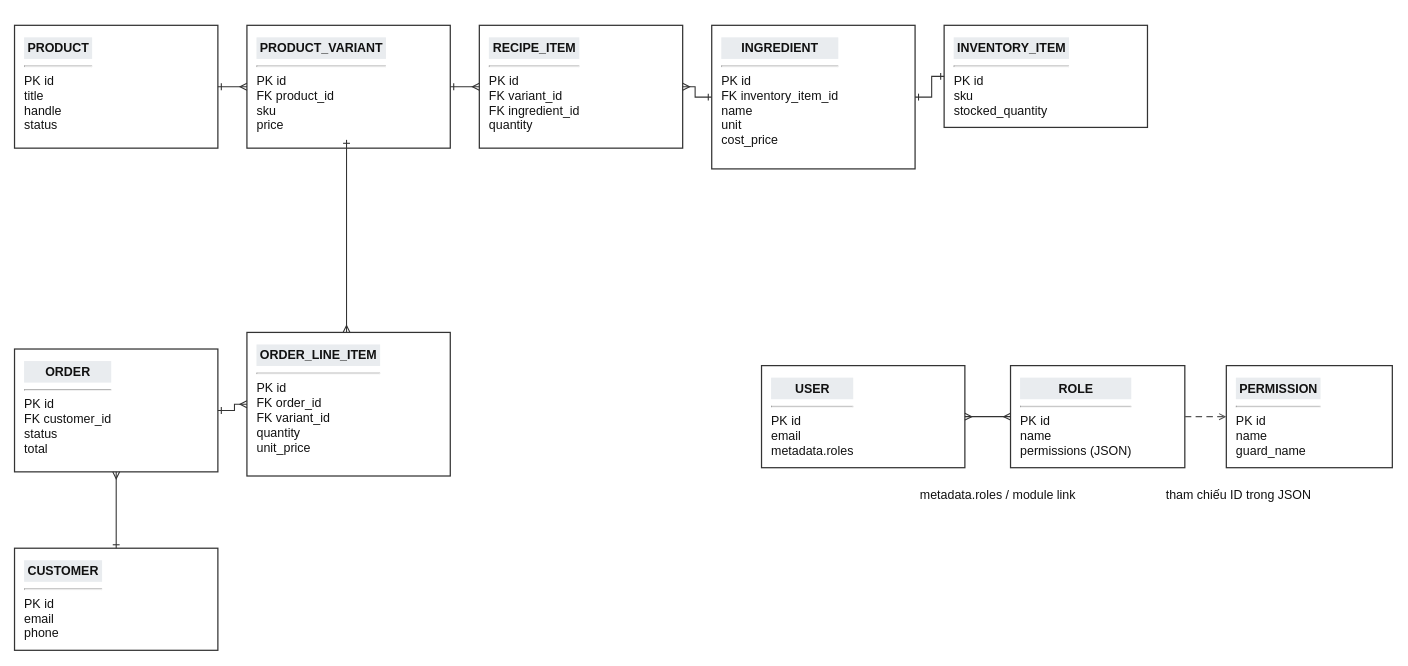
Before: docs/report/diagrams/erd.drawio in pathust/mong.fruitboxz, a draw.io diagram. Source tidied: cells renumbered, new cells numbered last; positions are measured from the earlier drawing's top-left corner, leaving out a move shared by most shapes. Both pictures are drawn from the tidied source at 83%, with x=0, y=0 at pixel (14, 25).
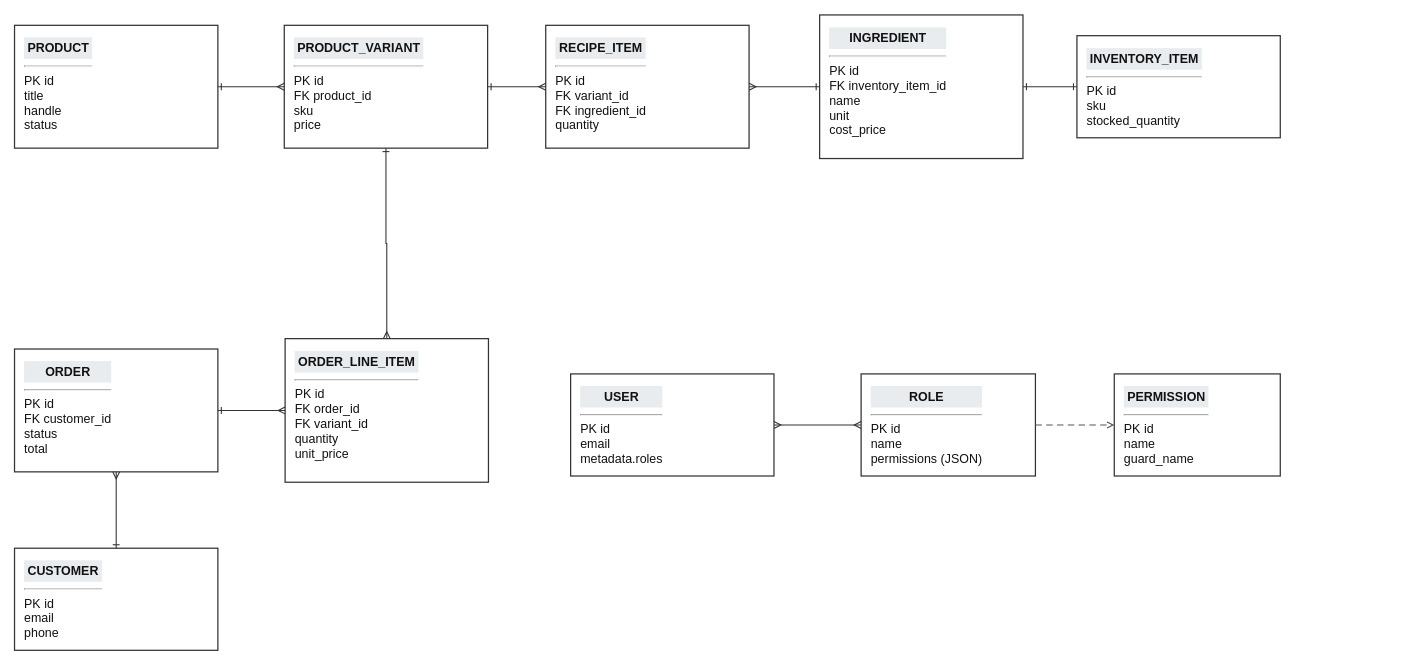
The same diagram, later.

What changed in the source:
```diff
@@
     <mxCell id="3" value="&lt;div style='text-align:center;background:#E9ECEF;padding:4px'&gt;&lt;b&gt;PRODUCT_VARIANT&lt;/b&gt;&lt;/div&gt;&lt;hr&gt;&lt;div&gt;PK id&lt;/div&gt;&lt;div&gt;FK product_id&lt;/div&gt;&lt;div&gt;sku&lt;/div&gt;&lt;div&gt;price&lt;/div&gt;" style="rounded=0;whiteSpace=wrap;html=1;align=left;verticalAlign=top;spacingLeft=10;spacingTop=8;fillColor=#FFFFFF;strokeColor=#333333;strokeWidth=1.5;fontFamily=Arial;fontSize=15;fontColor=#111111;" parent="1" vertex="1">
-      <mxGeometry x="280" width="245" height="148" as="geometry" />
+      <mxGeometry x="325" width="245" height="148" as="geometry" />
     </mxCell>
     <mxCell id="4" value="&lt;div style='text-align:center;background:#E9ECEF;padding:4px'&gt;&lt;b&gt;RECIPE_ITEM&lt;/b&gt;&lt;/div&gt;&lt;hr&gt;&lt;div&gt;PK id&lt;/div&gt;&lt;div&gt;FK variant_id&lt;/div&gt;&lt;div&gt;FK ingredient_id&lt;/div&gt;&lt;div&gt;quantity&lt;/div&gt;" style="rounded=0;whiteSpace=wrap;html=1;align=left;verticalAlign=top;spacingLeft=10;spacingTop=8;fillColor=#FFFFFF;strokeColor=#333333;strokeWidth=1.5;fontFamily=Arial;fontSize=15;fontColor=#111111;" parent="1" vertex="1">
-      <mxGeometry x="560" width="245" height="148" as="geometry" />
+      <mxGeometry x="640" width="245" height="148" as="geometry" />
     </mxCell>
     <mxCell id="5" value="&lt;div style='text-align:center;background:#E9ECEF;padding:4px'&gt;&lt;b&gt;INGREDIENT&lt;/b&gt;&lt;/div&gt;&lt;hr&gt;&lt;div&gt;PK id&lt;/div&gt;&lt;div&gt;FK inventory_item_id&lt;/div&gt;&lt;div&gt;name&lt;/div&gt;&lt;div&gt;unit&lt;/div&gt;&lt;div&gt;cost_price&lt;/div&gt;" style="rounded=0;whiteSpace=wrap;html=1;align=left;verticalAlign=top;spacingLeft=10;spacingTop=8;fillColor=#FFFFFF;strokeColor=#333333;strokeWidth=1.5;fontFamily=Arial;fontSize=15;fontColor=#111111;" parent="1" vertex="1">
-      <mxGeometry x="840" width="245" height="173" as="geometry" />
+      <mxGeometry x="970" y="-12.5" width="245" height="173" as="geometry" />
     </mxCell>
     <mxCell id="6" value="&lt;div style='text-align:center;background:#E9ECEF;padding:4px'&gt;&lt;b&gt;INVENTORY_ITEM&lt;/b&gt;&lt;/div&gt;&lt;hr&gt;&lt;div&gt;PK id&lt;/div&gt;&lt;div&gt;sku&lt;/div&gt;&lt;div&gt;stocked_quantity&lt;/div&gt;" style="rounded=0;whiteSpace=wrap;html=1;align=left;verticalAlign=top;spacingLeft=10;spacingTop=8;fillColor=#FFFFFF;strokeColor=#333333;strokeWidth=1.5;fontFamily=Arial;fontSize=15;fontColor=#111111;" parent="1" vertex="1">
-      <mxGeometry x="1120" width="245" height="123" as="geometry" />
+      <mxGeometry x="1280" y="12.5" width="245" height="123" as="geometry" />
     </mxCell>
@@
     <mxCell id="9" value="&lt;div style='text-align:center;background:#E9ECEF;padding:4px'&gt;&lt;b&gt;ORDER_LINE_ITEM&lt;/b&gt;&lt;/div&gt;&lt;hr&gt;&lt;div&gt;PK id&lt;/div&gt;&lt;div&gt;FK order_id&lt;/div&gt;&lt;div&gt;FK variant_id&lt;/div&gt;&lt;div&gt;quantity&lt;/div&gt;&lt;div&gt;unit_price&lt;/div&gt;" style="rounded=0;whiteSpace=wrap;html=1;align=left;verticalAlign=top;spacingLeft=10;spacingTop=8;fillColor=#FFFFFF;strokeColor=#333333;strokeWidth=1.5;fontFamily=Arial;fontSize=15;fontColor=#111111;" parent="1" vertex="1">
-      <mxGeometry x="280" y="370" width="245" height="173" as="geometry" />
+      <mxGeometry x="326" y="377.5" width="245" height="173" as="geometry" />
     </mxCell>
     <mxCell id="10" value="&lt;div style='text-align:center;background:#E9ECEF;padding:4px'&gt;&lt;b&gt;USER&lt;/b&gt;&lt;/div&gt;&lt;hr&gt;&lt;div&gt;PK id&lt;/div&gt;&lt;div&gt;email&lt;/div&gt;&lt;div&gt;metadata.roles&lt;/div&gt;" style="rounded=0;whiteSpace=wrap;html=1;align=left;verticalAlign=top;spacingLeft=10;spacingTop=8;fillColor=#FFFFFF;strokeColor=#333333;strokeWidth=1.5;fontFamily=Arial;fontSize=15;fontColor=#111111;" parent="1" vertex="1">
-      <mxGeometry x="900" y="410" width="245" height="123" as="geometry" />
+      <mxGeometry x="670" y="420" width="245" height="123" as="geometry" />
     </mxCell>
     <mxCell id="11" value="&lt;div style='text-align:center;background:#E9ECEF;padding:4px'&gt;&lt;b&gt;ROLE&lt;/b&gt;&lt;/div&gt;&lt;hr&gt;&lt;div&gt;PK id&lt;/div&gt;&lt;div&gt;name&lt;/div&gt;&lt;div&gt;permissions (JSON)&lt;/div&gt;" style="rounded=0;whiteSpace=wrap;html=1;align=left;verticalAlign=top;spacingLeft=10;spacingTop=8;fillColor=#FFFFFF;strokeColor=#333333;strokeWidth=1.5;fontFamily=Arial;fontSize=15;fontColor=#111111;" parent="1" vertex="1">
-      <mxGeometry x="1200" y="410" width="210" height="123" as="geometry" />
+      <mxGeometry x="1020" y="420" width="210" height="123" as="geometry" />
     </mxCell>
     <mxCell id="12" value="&lt;div style='text-align:center;background:#E9ECEF;padding:4px'&gt;&lt;b&gt;PERMISSION&lt;/b&gt;&lt;/div&gt;&lt;hr&gt;&lt;div&gt;PK id&lt;/div&gt;&lt;div&gt;name&lt;/div&gt;&lt;div&gt;guard_name&lt;/div&gt;" style="rounded=0;whiteSpace=wrap;html=1;align=left;verticalAlign=top;spacingLeft=10;spacingTop=8;fillColor=#FFFFFF;strokeColor=#333333;strokeWidth=1.5;fontFamily=Arial;fontSize=15;fontColor=#111111;" parent="1" vertex="1">
-      <mxGeometry x="1460" y="410" width="200" height="123" as="geometry" />
+      <mxGeometry x="1325" y="420" width="200" height="123" as="geometry" />
     </mxCell>
@@
-    <mxCell id="19" style="edgeStyle=orthogonalEdgeStyle;rounded=0;orthogonalLoop=1;jettySize=auto;html=1;endArrow=none;strokeColor=#333333;strokeWidth=1.3;fontFamily=Arial;fontSize=15;fontColor=#111111;startArrow=ERone;startFill=0;endArrow=ERmany;endFill=0;" parent="1" edge="1">
-      <mxGeometry relative="1" as="geometry">
-        <mxPoint x="400" y="138" as="sourcePoint" />
-        <mxPoint x="400" y="370" as="targetPoint" />
-      </mxGeometry>
+    <mxCell id="19" style="edgeStyle=orthogonalEdgeStyle;rounded=0;jettySize=auto;html=1;endArrow=none;strokeColor=#333333;strokeWidth=1.3;fontFamily=Arial;fontSize=15;fontColor=#111111;startArrow=ERone;startFill=0;endArrow=ERmany;endFill=0;exitX=0.5;exitY=1;exitDx=0;exitDy=0;entryX=0.5;entryY=0;entryDx=0;entryDy=0;" parent="1" edge="1" source="3" target="9">
+      <mxGeometry relative="1" as="geometry" />
     </mxCell>
@@
-    <mxCell id="22" value="metadata.roles / module link" style="text;html=1;align=center;verticalAlign=middle;whiteSpace=wrap;fontFamily=Arial;fontSize=15;fontColor=#111111;" parent="1" vertex="1">
-      <mxGeometry x="1060" y="550" width="250" height="30" as="geometry" />
-    </mxCell>
-    <mxCell id="23" value="tham chiếu ID trong JSON" style="text;html=1;align=center;verticalAlign=middle;whiteSpace=wrap;fontFamily=Arial;fontSize=15;fontColor=#111111;" parent="1" vertex="1">
-      <mxGeometry x="1350" y="550" width="250" height="30" as="geometry" />
-    </mxCell>
```
